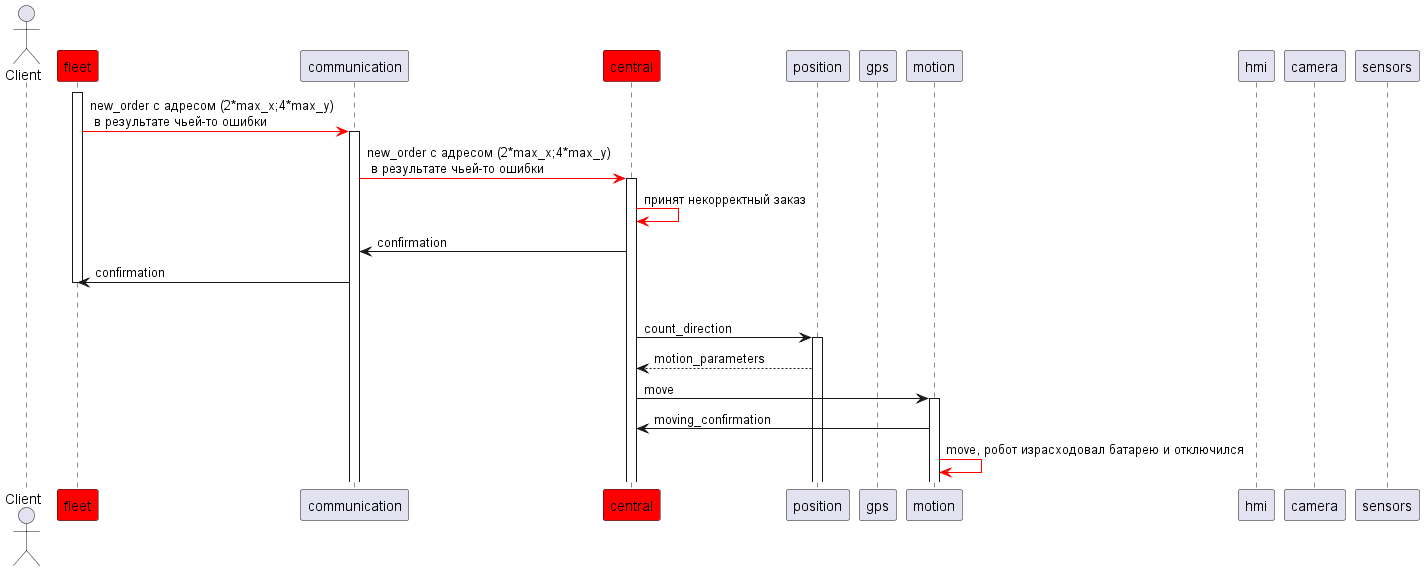
This is pics/sd_3.png from Fishonground/Delivery, a PlantUML export, as it was before one commit.
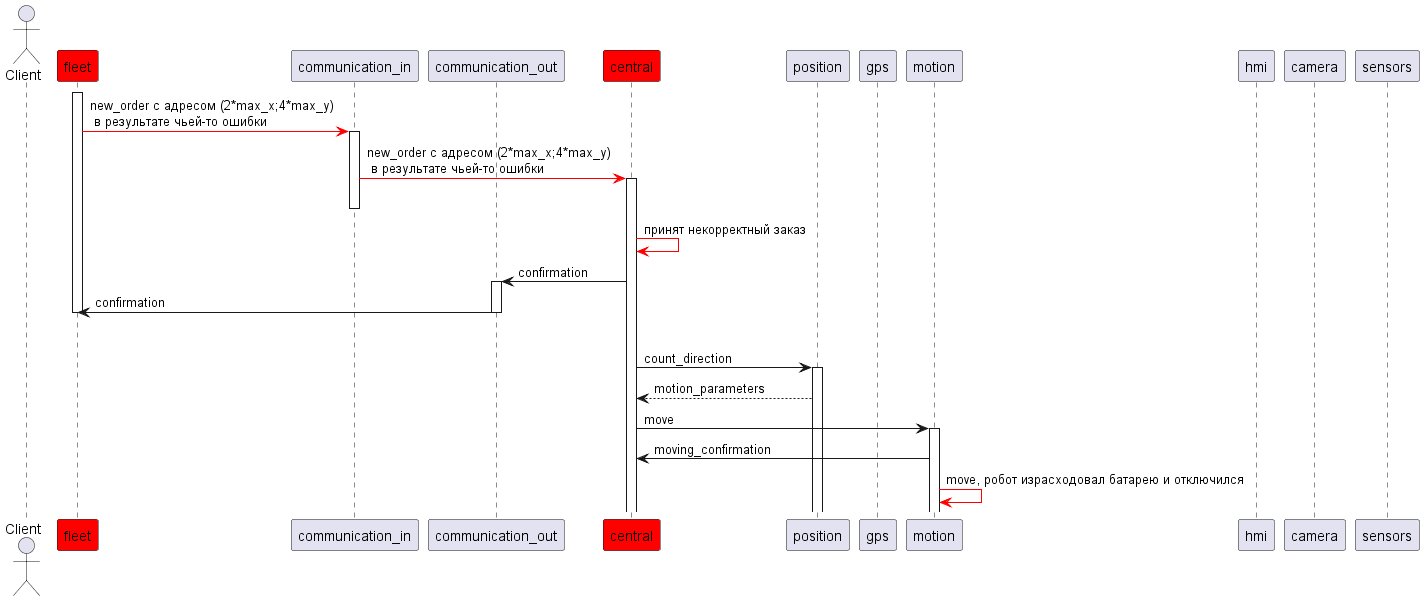
The same diagram one commit later.

The edit, as a diff of the source:
```diff
@@ -1,7 +1,8 @@
 @startuml
 actor "Client" as c
 participant fleet #red
-participant communication
+participant communication_in
+participant communication_out
 participant central #red
 participant position
 participant gps
@@ -12,11 +13,13 @@
 
 
 fleet++
-fleet -[#red]> communication++: new_order с адресом (2*max_x;4*max_y) \n в результате чьей-то ошибки
-communication -[#red]> central++: new_order с адресом (2*max_x;4*max_y) \n в результате чьей-то ошибки
+fleet -[#red]> communication_in++: new_order с адресом (2*max_x;4*max_y) \n в результате чьей-то ошибки
+communication_in -[#red]> central++: new_order с адресом (2*max_x;4*max_y) \n в результате чьей-то ошибки
+communication_in--
 central -[#red]> central: принят некорректный заказ
-central -> communication: confirmation
-communication -> fleet: confirmation
+central -> communication_out++: confirmation
+communication_out -> fleet: confirmation
+communication_out--
 fleet --
 loop движение к заданной точке x1,y1, пока не достигнем ее
 central -> position++: count_direction
```
